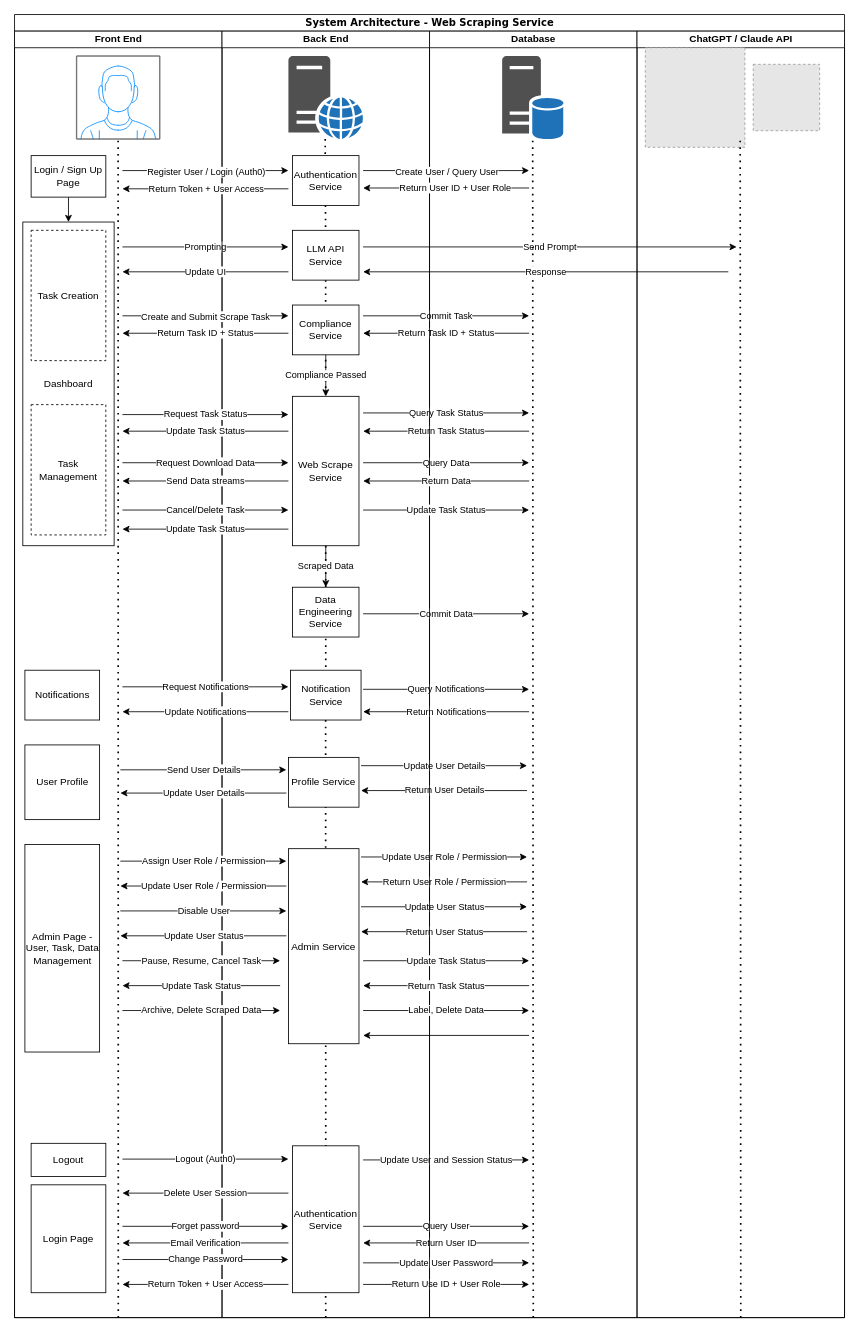
songjian0127/HTML- keeps this draw.io diagram as System Architecture UML.drawio. Above is the earlier version. Source tidied: cells renumbered, new cells numbered last; positions are measured from the earlier drawing's top-left corner, leaving out a move shared by most shapes. Both pictures are drawn from the tidied source at 83%, with x=0, y=0 at pixel (14, 14). Pictures stored in the file or linked from it are replaced by grey dashed boxes.
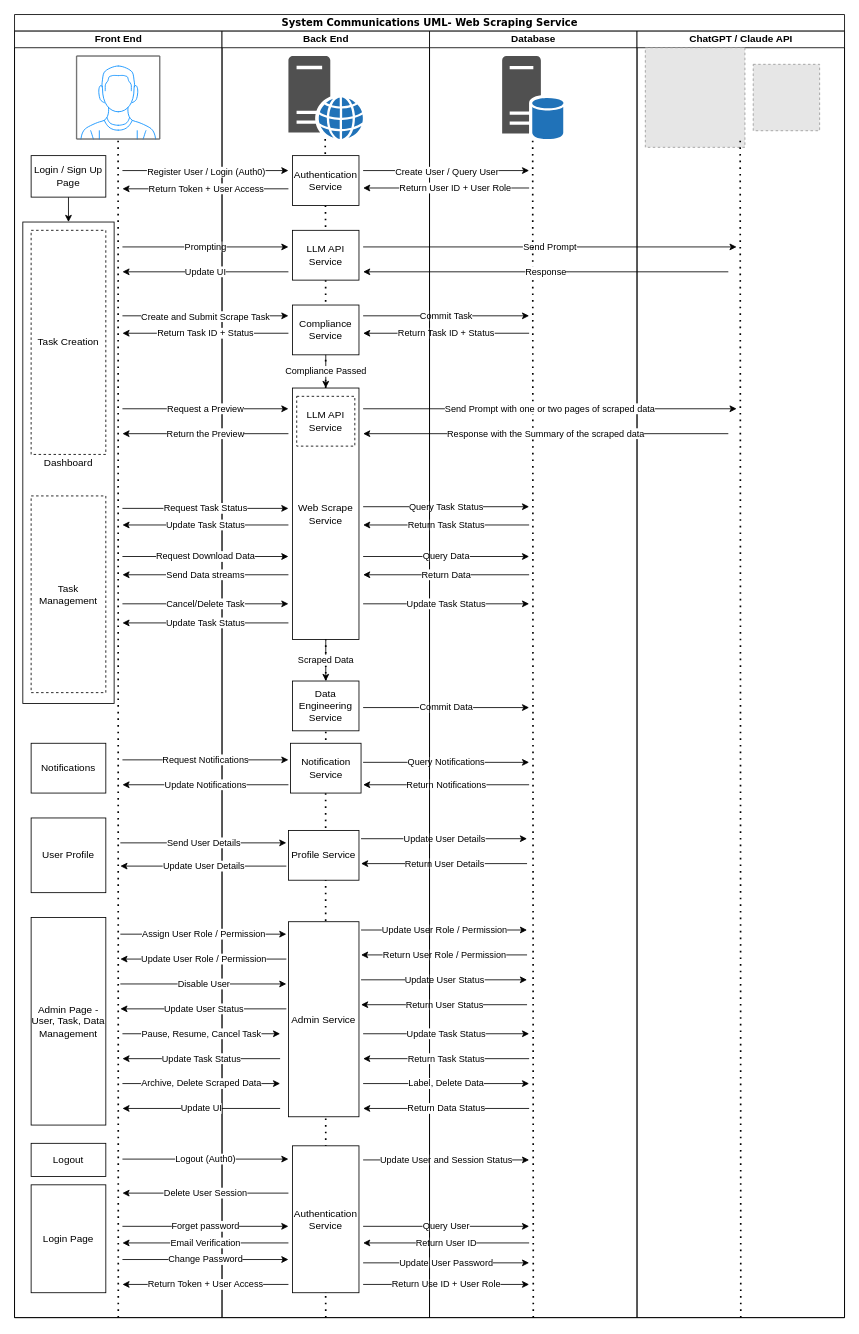
Above is the later version.

The change refers to these unchanged cells:
```xml
<mxCell id="3" value="Front End" style="swimlane;html=1;startSize=20;" parent="2" vertex="1">
  <mxGeometry y="20" width="250" height="1550" as="geometry" />
</mxCell>
<mxCell id="12" value="Back End" style="swimlane;html=1;startSize=20;" parent="2" vertex="1">
  <mxGeometry x="250" y="20" width="250" height="1550" as="geometry" />
</mxCell>
<mxCell id="73" value="Database" style="swimlane;html=1;startSize=20;" parent="2" vertex="1">
  <mxGeometry x="500" y="20" width="250" height="1550" as="geometry" />
</mxCell>
```

Change to the diagram source:
```diff
@@
-    <mxCell id="2" value="System Architecture - Web Scraping Service" style="swimlane;html=1;startSize=20;rounded=0;shadow=0;comic=0;labelBackgroundColor=none;strokeWidth=1;fontFamily=Verdana;fontSize=12;align=center;" parent="1" vertex="1">
+    <mxCell id="2" value="System Communications UML- Web Scraping Service" style="swimlane;html=1;startSize=20;rounded=0;shadow=0;comic=0;labelBackgroundColor=none;strokeWidth=1;fontFamily=Verdana;fontSize=12;align=center;" parent="1" vertex="1">
       <mxGeometry width="1000" height="1570" as="geometry" />
     </mxCell>
@@
     <mxCell id="9" value="Dashboard" style="rounded=0;whiteSpace=wrap;html=1;" parent="3" vertex="1">
-      <mxGeometry x="10" y="230" width="110" height="390" as="geometry" />
+      <mxGeometry x="10" y="230" width="110" height="580" as="geometry" />
     </mxCell>
     <mxCell id="10" value="Task Creation" style="rounded=0;whiteSpace=wrap;html=1;dashed=1;" parent="3" vertex="1">
-      <mxGeometry x="20" y="240" width="90" height="157" as="geometry" />
+      <mxGeometry x="20" y="240" width="90" height="270" as="geometry" />
     </mxCell>
     <mxCell id="11" value="Task Management" style="rounded=0;whiteSpace=wrap;html=1;dashed=1;" parent="3" vertex="1">
-      <mxGeometry x="20" y="450" width="90" height="157" as="geometry" />
+      <mxGeometry x="20" y="560" width="90" height="237" as="geometry" />
     </mxCell>
+    <mxCell id="29" value="Admin Page - User, Task, Data Management" style="rounded=0;whiteSpace=wrap;html=1;" parent="3" vertex="1">
+      <mxGeometry x="20" y="1068" width="90" height="250" as="geometry" />
+    </mxCell>
+    <mxCell id="30" value="User Profile" style="rounded=0;whiteSpace=wrap;html=1;" parent="3" vertex="1">
+      <mxGeometry x="20" y="948" width="90" height="90" as="geometry" />
+    </mxCell>
+    <mxCell id="32" value="Notifications" style="rounded=0;whiteSpace=wrap;html=1;" parent="3" vertex="1">
+      <mxGeometry x="20" y="858" width="90" height="60" as="geometry" />
+    </mxCell>
@@
     <mxCell id="16" value="Request Task Status" style="endArrow=classic;html=1;rounded=0;" parent="12" edge="1">
       <mxGeometry relative="1" as="geometry">
-        <mxPoint x="-120" y="462" as="sourcePoint" />
-        <mxPoint x="80" y="462" as="targetPoint" />
+        <mxPoint x="-120" y="575" as="sourcePoint" />
+        <mxPoint x="80" y="575" as="targetPoint" />
       </mxGeometry>
     </mxCell>
     <mxCell id="17" value="Update Task Status" style="endArrow=classic;html=1;rounded=0;" parent="12" edge="1">
       <mxGeometry relative="1" as="geometry">
-        <mxPoint x="80" y="482" as="sourcePoint" />
-        <mxPoint x="-120" y="482" as="targetPoint" />
+        <mxPoint x="80" y="595" as="sourcePoint" />
+        <mxPoint x="-120" y="595" as="targetPoint" />
       </mxGeometry>
     </mxCell>
     <mxCell id="18" value="Commit Data" style="endArrow=classic;html=1;rounded=0;" parent="12" edge="1">
       <mxGeometry relative="1" as="geometry">
-        <mxPoint x="170" y="702" as="sourcePoint" />
-        <mxPoint x="370" y="702" as="targetPoint" />
+        <mxPoint x="170" y="815" as="sourcePoint" />
+        <mxPoint x="370" y="815" as="targetPoint" />
       </mxGeometry>
     </mxCell>
@@
     <mxCell id="24" value="Return Task Status" style="endArrow=classic;html=1;rounded=0;" parent="12" edge="1">
       <mxGeometry relative="1" as="geometry">
-        <mxPoint x="370" y="482" as="sourcePoint" />
-        <mxPoint x="170" y="482" as="targetPoint" />
+        <mxPoint x="370" y="595" as="sourcePoint" />
+        <mxPoint x="170" y="595" as="targetPoint" />
       </mxGeometry>
     </mxCell>
@@
     <mxCell id="26" value="Query Data" style="endArrow=classic;html=1;rounded=0;" parent="12" edge="1">
       <mxGeometry relative="1" as="geometry">
-        <mxPoint x="170" y="520" as="sourcePoint" />
-        <mxPoint x="370" y="520" as="targetPoint" />
+        <mxPoint x="170" y="633" as="sourcePoint" />
+        <mxPoint x="370" y="633" as="targetPoint" />
       </mxGeometry>
     </mxCell>
@@
-    <mxCell id="29" value="Admin Page - User, Task, Data Management" style="rounded=0;whiteSpace=wrap;html=1;" parent="12" vertex="1">
-      <mxGeometry x="-237.5" y="980" width="90" height="250" as="geometry" />
-    </mxCell>
-    <mxCell id="30" value="User Profile" style="rounded=0;whiteSpace=wrap;html=1;" parent="12" vertex="1">
-      <mxGeometry x="-237.5" y="860" width="90" height="90" as="geometry" />
-    </mxCell>
@@
-    <mxCell id="32" value="Notifications" style="rounded=0;whiteSpace=wrap;html=1;" parent="12" vertex="1">
-      <mxGeometry x="-237.5" y="770" width="90" height="60" as="geometry" />
-    </mxCell>
@@
     <mxCell id="36" value="Profile Service" style="rounded=0;whiteSpace=wrap;html=1;" parent="12" vertex="1">
-      <mxGeometry x="80" y="875" width="85" height="60" as="geometry" />
+      <mxGeometry x="80" y="963" width="85" height="60" as="geometry" />
     </mxCell>
     <mxCell id="37" value="Admin Service" style="rounded=0;whiteSpace=wrap;html=1;" parent="12" vertex="1">
-      <mxGeometry x="80" y="985" width="85" height="235" as="geometry" />
+      <mxGeometry x="80" y="1073" width="85" height="235" as="geometry" />
     </mxCell>
     <mxCell id="38" value="Return User Status" style="endArrow=classic;html=1;rounded=0;" parent="12" edge="1">
       <mxGeometry relative="1" as="geometry">
-        <mxPoint x="367.5" y="1085" as="sourcePoint" />
-        <mxPoint x="167.5" y="1085" as="targetPoint" />
+        <mxPoint x="367.5" y="1173" as="sourcePoint" />
+        <mxPoint x="167.5" y="1173" as="targetPoint" />
       </mxGeometry>
     </mxCell>
@@
     <mxCell id="47" value="Send User Details" style="endArrow=classic;html=1;rounded=0;" parent="12" edge="1">
       <mxGeometry relative="1" as="geometry">
-        <mxPoint x="-122.5" y="890" as="sourcePoint" />
-        <mxPoint x="77.5" y="890" as="targetPoint" />
+        <mxPoint x="-122.5" y="978" as="sourcePoint" />
+        <mxPoint x="77.5" y="978" as="targetPoint" />
       </mxGeometry>
     </mxCell>
     <mxCell id="48" value="Update User Details" style="endArrow=classic;html=1;rounded=0;" parent="12" edge="1">
       <mxGeometry relative="1" as="geometry">
-        <mxPoint x="77.5" y="918" as="sourcePoint" />
-        <mxPoint x="-122.5" y="918" as="targetPoint" />
+        <mxPoint x="77.5" y="1006" as="sourcePoint" />
+        <mxPoint x="-122.5" y="1006" as="targetPoint" />
       </mxGeometry>
     </mxCell>
     <mxCell id="49" value="Assign User Role / Permission" style="endArrow=classic;html=1;rounded=0;" parent="12" edge="1">
       <mxGeometry relative="1" as="geometry">
-        <mxPoint x="-122.5" y="1000" as="sourcePoint" />
-        <mxPoint x="77.5" y="1000" as="targetPoint" />
+        <mxPoint x="-122.5" y="1088" as="sourcePoint" />
+        <mxPoint x="77.5" y="1088" as="targetPoint" />
       </mxGeometry>
     </mxCell>
     <mxCell id="50" value="Update User Role / Permission" style="endArrow=classic;html=1;rounded=0;" parent="12" edge="1">
       <mxGeometry relative="1" as="geometry">
-        <mxPoint x="77.5" y="1030" as="sourcePoint" />
-        <mxPoint x="-122.5" y="1030" as="targetPoint" />
+        <mxPoint x="77.5" y="1118" as="sourcePoint" />
+        <mxPoint x="-122.5" y="1118" as="targetPoint" />
       </mxGeometry>
     </mxCell>
     <mxCell id="51" value="Disable User" style="endArrow=classic;html=1;rounded=0;" parent="12" edge="1">
       <mxGeometry relative="1" as="geometry">
-        <mxPoint x="-122.5" y="1060" as="sourcePoint" />
-        <mxPoint x="77.5" y="1060" as="targetPoint" />
+        <mxPoint x="-122.5" y="1148" as="sourcePoint" />
+        <mxPoint x="77.5" y="1148" as="targetPoint" />
       </mxGeometry>
     </mxCell>
     <mxCell id="52" value="Update User Status" style="endArrow=classic;html=1;rounded=0;" parent="12" edge="1">
       <mxGeometry relative="1" as="geometry">
-        <mxPoint x="77.5" y="1090" as="sourcePoint" />
-        <mxPoint x="-122.5" y="1090" as="targetPoint" />
+        <mxPoint x="77.5" y="1178" as="sourcePoint" />
+        <mxPoint x="-122.5" y="1178" as="targetPoint" />
       </mxGeometry>
     </mxCell>
     <mxCell id="53" value="Request Notifications" style="endArrow=classic;html=1;rounded=0;" parent="12" edge="1">
       <mxGeometry relative="1" as="geometry">
-        <mxPoint x="-120" y="790" as="sourcePoint" />
-        <mxPoint x="80" y="790" as="targetPoint" />
+        <mxPoint x="-120" y="878" as="sourcePoint" />
+        <mxPoint x="80" y="878" as="targetPoint" />
       </mxGeometry>
     </mxCell>
     <mxCell id="54" value="Query Notifications" style="endArrow=classic;html=1;rounded=0;exitX=1.029;exitY=0.383;exitDx=0;exitDy=0;exitPerimeter=0;" parent="12" edge="1" source="68">
       <mxGeometry relative="1" as="geometry">
-        <mxPoint x="370" y="793" as="targetPoint" />
+        <mxPoint x="370" y="881" as="targetPoint" />
       </mxGeometry>
     </mxCell>
     <mxCell id="55" value="Return Notifications" style="endArrow=classic;html=1;rounded=0;" parent="12" edge="1">
       <mxGeometry relative="1" as="geometry">
-        <mxPoint x="370" y="820" as="sourcePoint" />
-        <mxPoint x="170" y="820" as="targetPoint" />
+        <mxPoint x="370" y="908" as="sourcePoint" />
+        <mxPoint x="170" y="908" as="targetPoint" />
       </mxGeometry>
     </mxCell>
     <mxCell id="56" value="Update Notifications" style="endArrow=classic;html=1;rounded=0;" parent="12" edge="1">
       <mxGeometry relative="1" as="geometry">
-        <mxPoint x="80" y="820" as="sourcePoint" />
-        <mxPoint x="-120" y="820" as="targetPoint" />
+        <mxPoint x="80" y="908" as="sourcePoint" />
+        <mxPoint x="-120" y="908" as="targetPoint" />
       </mxGeometry>
     </mxCell>
     <mxCell id="57" value="Update User Details" style="endArrow=classic;html=1;rounded=0;" parent="12" edge="1">
       <mxGeometry relative="1" as="geometry">
-        <mxPoint x="167.5" y="885" as="sourcePoint" />
-        <mxPoint x="367.5" y="885" as="targetPoint" />
+        <mxPoint x="167.5" y="973" as="sourcePoint" />
+        <mxPoint x="367.5" y="973" as="targetPoint" />
       </mxGeometry>
     </mxCell>
     <mxCell id="58" value="Return User Details" style="endArrow=classic;html=1;rounded=0;" parent="12" edge="1">
       <mxGeometry relative="1" as="geometry">
-        <mxPoint x="367.5" y="915" as="sourcePoint" />
-        <mxPoint x="167.5" y="915" as="targetPoint" />
+        <mxPoint x="367.5" y="1003" as="sourcePoint" />
+        <mxPoint x="167.5" y="1003" as="targetPoint" />
       </mxGeometry>
     </mxCell>
     <mxCell id="59" value="Update User Role / Permission" style="endArrow=classic;html=1;rounded=0;" parent="12" edge="1">
       <mxGeometry relative="1" as="geometry">
-        <mxPoint x="167.5" y="995" as="sourcePoint" />
-        <mxPoint x="367.5" y="995" as="targetPoint" />
+        <mxPoint x="167.5" y="1083" as="sourcePoint" />
+        <mxPoint x="367.5" y="1083" as="targetPoint" />
       </mxGeometry>
     </mxCell>
     <mxCell id="60" value="Return User Role / Permission" style="endArrow=classic;html=1;rounded=0;" parent="12" edge="1">
       <mxGeometry relative="1" as="geometry">
-        <mxPoint x="367.5" y="1025" as="sourcePoint" />
-        <mxPoint x="167.5" y="1025" as="targetPoint" />
+        <mxPoint x="367.5" y="1113" as="sourcePoint" />
+        <mxPoint x="167.5" y="1113" as="targetPoint" />
       </mxGeometry>
     </mxCell>
     <mxCell id="61" value="Update User Status" style="endArrow=classic;html=1;rounded=0;" parent="12" edge="1">
       <mxGeometry relative="1" as="geometry">
-        <mxPoint x="167.5" y="1055" as="sourcePoint" />
-        <mxPoint x="367.5" y="1055" as="targetPoint" />
+        <mxPoint x="167.5" y="1143" as="sourcePoint" />
+        <mxPoint x="367.5" y="1143" as="targetPoint" />
       </mxGeometry>
     </mxCell>
@@
     <mxCell id="66" value="Web Scrape Service" style="rounded=0;whiteSpace=wrap;html=1;" parent="12" vertex="1">
-      <mxGeometry x="85" y="440" width="80" height="180" as="geometry" />
+      <mxGeometry x="85" y="430" width="80" height="303" as="geometry" />
     </mxCell>
     <mxCell id="67" value="Data Engineering Service" style="rounded=0;whiteSpace=wrap;html=1;" parent="12" vertex="1">
-      <mxGeometry x="85" y="670" width="80" height="60" as="geometry" />
+      <mxGeometry x="85" y="783" width="80" height="60" as="geometry" />
     </mxCell>
     <mxCell id="68" value="Notification Service" style="rounded=0;whiteSpace=wrap;html=1;" parent="12" vertex="1">
-      <mxGeometry x="82.5" y="770" width="85" height="60" as="geometry" />
+      <mxGeometry x="82.5" y="858" width="85" height="60" as="geometry" />
     </mxCell>
@@
     <mxCell id="70" value="Query Task Status" style="endArrow=classic;html=1;rounded=0;" parent="12" edge="1">
       <mxGeometry relative="1" as="geometry">
-        <mxPoint x="170" y="460" as="sourcePoint" />
-        <mxPoint x="370" y="460" as="targetPoint" />
+        <mxPoint x="170" y="573" as="sourcePoint" />
+        <mxPoint x="370" y="573" as="targetPoint" />
       </mxGeometry>
     </mxCell>
@@
+    <mxCell id="103" value="LLM API Service" style="rounded=0;whiteSpace=wrap;html=1;dashed=1;" parent="12" vertex="1">
+      <mxGeometry x="90" y="440" width="70" height="60" as="geometry" />
+    </mxCell>
@@
-    <mxCell id="76" style="endArrow=classic;html=1;rounded=0;" parent="73" edge="1">
+    <mxCell id="76" value="Return Data Status" style="endArrow=classic;html=1;rounded=0;" parent="73" edge="1">
       <mxGeometry relative="1" as="geometry">
-        <mxPoint x="120" y="1210" as="sourcePoint" />
-        <mxPoint x="-80" y="1210" as="targetPoint" />
+        <mxPoint x="120" y="1298" as="sourcePoint" />
+        <mxPoint x="-80" y="1298" as="targetPoint" />
       </mxGeometry>
     </mxCell>
@@
     <mxCell id="91" value="Cancel/Delete Task" style="endArrow=classic;html=1;rounded=0;" parent="1" edge="1">
       <mxGeometry relative="1" as="geometry">
-        <mxPoint x="130" y="597" as="sourcePoint" />
-        <mxPoint x="330" y="597" as="targetPoint" />
+        <mxPoint x="130" y="710" as="sourcePoint" />
+        <mxPoint x="330" y="710" as="targetPoint" />
       </mxGeometry>
     </mxCell>
     <mxCell id="92" value="Update Task Status" style="endArrow=classic;html=1;rounded=0;" parent="1" edge="1">
       <mxGeometry relative="1" as="geometry">
-        <mxPoint x="420" y="597" as="sourcePoint" />
-        <mxPoint x="620" y="597" as="targetPoint" />
+        <mxPoint x="420" y="710" as="sourcePoint" />
+        <mxPoint x="620" y="710" as="targetPoint" />
       </mxGeometry>
     </mxCell>
     <mxCell id="93" value="Request Download Data" style="endArrow=classic;html=1;rounded=0;" parent="1" edge="1">
       <mxGeometry relative="1" as="geometry">
-        <mxPoint x="130" y="540" as="sourcePoint" />
-        <mxPoint x="330" y="540" as="targetPoint" />
+        <mxPoint x="130" y="653" as="sourcePoint" />
+        <mxPoint x="330" y="653" as="targetPoint" />
       </mxGeometry>
     </mxCell>
     <mxCell id="94" value="Return Data" style="endArrow=classic;html=1;rounded=0;" parent="1" edge="1">
       <mxGeometry relative="1" as="geometry">
-        <mxPoint x="620" y="562" as="sourcePoint" />
-        <mxPoint x="420" y="562" as="targetPoint" />
+        <mxPoint x="620" y="675" as="sourcePoint" />
+        <mxPoint x="420" y="675" as="targetPoint" />
       </mxGeometry>
     </mxCell>
     <mxCell id="95" value="Send Data streams" style="endArrow=classic;html=1;rounded=0;" parent="1" edge="1">
       <mxGeometry relative="1" as="geometry">
-        <mxPoint x="330" y="562" as="sourcePoint" />
-        <mxPoint x="130" y="562" as="targetPoint" />
+        <mxPoint x="330" y="675" as="sourcePoint" />
+        <mxPoint x="130" y="675" as="targetPoint" />
       </mxGeometry>
     </mxCell>
     <mxCell id="96" value="Update Task Status" style="endArrow=classic;html=1;rounded=0;" parent="1" edge="1">
       <mxGeometry relative="1" as="geometry">
-        <mxPoint x="330" y="620" as="sourcePoint" />
-        <mxPoint x="130" y="620" as="targetPoint" />
+        <mxPoint x="330" y="733" as="sourcePoint" />
+        <mxPoint x="130" y="733" as="targetPoint" />
       </mxGeometry>
     </mxCell>
     <mxCell id="97" value="Pause, Resume, Cancel Task" style="endArrow=classic;html=1;rounded=0;" parent="1" edge="1">
       <mxGeometry relative="1" as="geometry">
-        <mxPoint x="130" y="1140" as="sourcePoint" />
-        <mxPoint x="320" y="1140" as="targetPoint" />
+        <mxPoint x="130" y="1228" as="sourcePoint" />
+        <mxPoint x="320" y="1228" as="targetPoint" />
       </mxGeometry>
     </mxCell>
     <mxCell id="98" value="Update Task Status" style="endArrow=classic;html=1;rounded=0;" parent="1" edge="1">
       <mxGeometry relative="1" as="geometry">
-        <mxPoint x="420" y="1140" as="sourcePoint" />
-        <mxPoint x="620" y="1140" as="targetPoint" />
+        <mxPoint x="420" y="1228" as="sourcePoint" />
+        <mxPoint x="620" y="1228" as="targetPoint" />
       </mxGeometry>
     </mxCell>
     <mxCell id="99" value="Return Task Status" style="endArrow=classic;html=1;rounded=0;" parent="1" edge="1">
       <mxGeometry relative="1" as="geometry">
-        <mxPoint x="620" y="1170" as="sourcePoint" />
-        <mxPoint x="420" y="1170" as="targetPoint" />
+        <mxPoint x="620" y="1258" as="sourcePoint" />
+        <mxPoint x="420" y="1258" as="targetPoint" />
       </mxGeometry>
     </mxCell>
     <mxCell id="100" value="Update Task Status" style="endArrow=classic;html=1;rounded=0;" parent="1" edge="1">
       <mxGeometry relative="1" as="geometry">
-        <mxPoint x="320" y="1170" as="sourcePoint" />
-        <mxPoint x="130" y="1170" as="targetPoint" />
+        <mxPoint x="320" y="1258" as="sourcePoint" />
+        <mxPoint x="130" y="1258" as="targetPoint" />
       </mxGeometry>
     </mxCell>
     <mxCell id="101" value="Archive, Delete Scraped Data" style="endArrow=classic;html=1;rounded=0;" parent="1" edge="1">
       <mxGeometry relative="1" as="geometry">
-        <mxPoint x="130" y="1200" as="sourcePoint" />
-        <mxPoint x="320" y="1200" as="targetPoint" />
+        <mxPoint x="130" y="1288" as="sourcePoint" />
+        <mxPoint x="320" y="1288" as="targetPoint" />
       </mxGeometry>
     </mxCell>
     <mxCell id="102" value="Label, Delete Data" style="endArrow=classic;html=1;rounded=0;" parent="1" edge="1">
       <mxGeometry relative="1" as="geometry">
-        <mxPoint x="420" y="1200" as="sourcePoint" />
-        <mxPoint x="620" y="1200" as="targetPoint" />
+        <mxPoint x="420" y="1288" as="sourcePoint" />
+        <mxPoint x="620" y="1288" as="targetPoint" />
       </mxGeometry>
     </mxCell>
+    <mxCell id="104" value="Update UI" style="endArrow=classic;html=1;rounded=0;" parent="1" edge="1">
+      <mxGeometry relative="1" as="geometry">
+        <mxPoint x="320" y="1318" as="sourcePoint" />
+        <mxPoint x="130" y="1318" as="targetPoint" />
+      </mxGeometry>
+    </mxCell>
+    <mxCell id="105" value="Request a Preview" style="endArrow=classic;html=1;rounded=0;" parent="1" edge="1">
+      <mxGeometry relative="1" as="geometry">
+        <mxPoint x="130" y="475" as="sourcePoint" />
+        <mxPoint x="330" y="475" as="targetPoint" />
+      </mxGeometry>
+    </mxCell>
+    <mxCell id="106" value="Send Prompt with one or two pages of scraped data" style="endArrow=classic;html=1;rounded=0;" parent="1" edge="1">
+      <mxGeometry relative="1" as="geometry">
+        <mxPoint x="420" y="475" as="sourcePoint" />
+        <mxPoint x="870" y="475" as="targetPoint" />
+      </mxGeometry>
+    </mxCell>
+    <mxCell id="107" value="Response with the Summary of the scraped data" style="endArrow=classic;html=1;rounded=0;" parent="1" edge="1">
+      <mxGeometry relative="1" as="geometry">
+        <mxPoint x="860" y="505" as="sourcePoint" />
+        <mxPoint x="420" y="505" as="targetPoint" />
+      </mxGeometry>
+    </mxCell>
+    <mxCell id="108" value="Return the Preview" style="endArrow=classic;html=1;rounded=0;" parent="1" edge="1">
+      <mxGeometry relative="1" as="geometry">
+        <mxPoint x="330" y="505" as="sourcePoint" />
+        <mxPoint x="130" y="505" as="targetPoint" />
+      </mxGeometry>
+    </mxCell>
```
